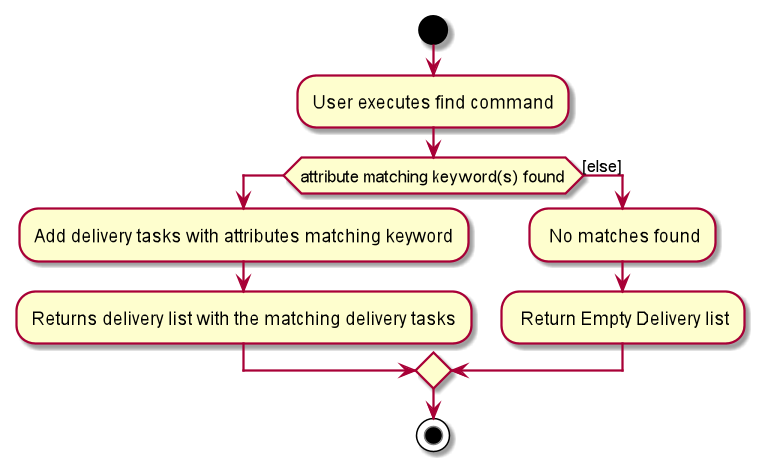
This is docs/images/FindCommandActivityDiagram.png from nus-cs2103-AY2021S2/tp, a PlantUML export, as it was before one commit.
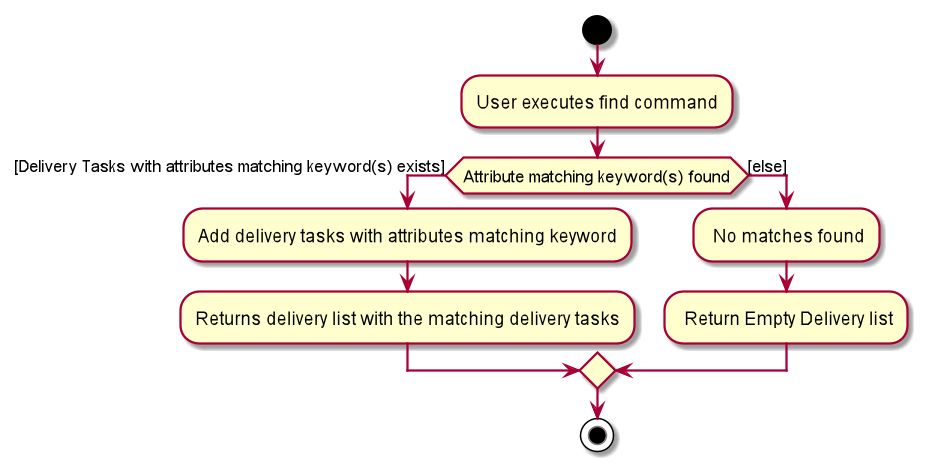
Later version of the same file.

Commit message:
Create UML diagram for Remark

Change to the diagram source:
```diff
@@ -3,7 +3,7 @@
 :User executes find command;
 
 
-if (attribute matching keyword(s) found)
+if (Attribute matching keyword(s) found) then ([Delivery Tasks with attributes matching keyword(s) exists])
     :Add delivery tasks with attributes matching keyword;
     :Returns delivery list with the matching delivery tasks;
 else ([else])
```
